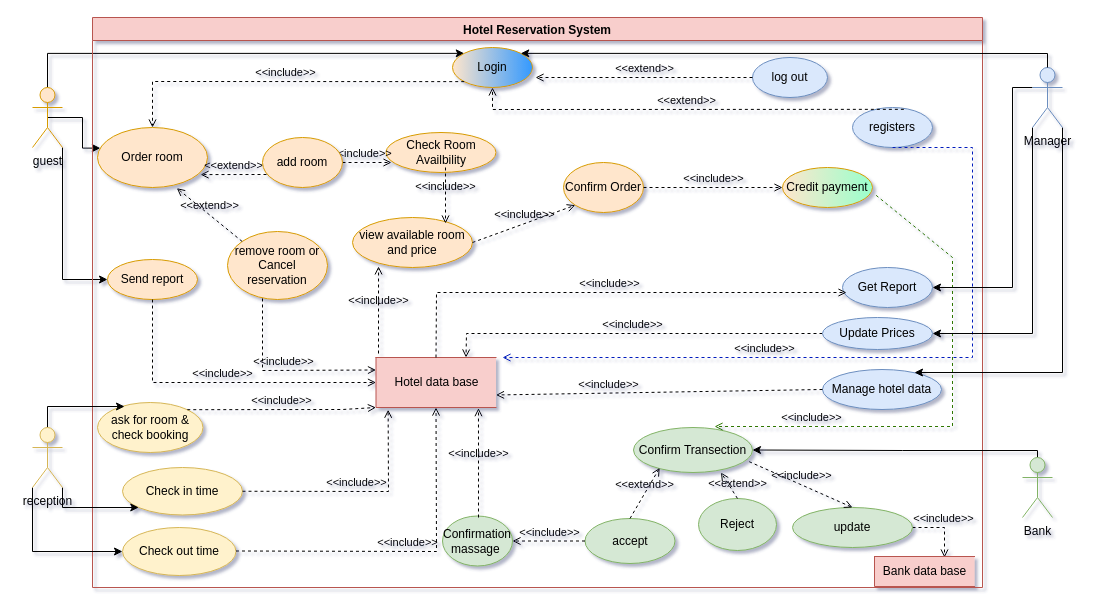
AhmedTarek-95/System-Desine keeps this draw.io diagram as use case Vol3.drawio. Above is the earlier version. Source tidied: cells renumbered, new cells numbered last; positions are measured from the earlier drawing's top-left corner, leaving out a move shared by most shapes. Both pictures are drawn from the tidied source at 100%, with x=0, y=0 at pixel (32, 17).
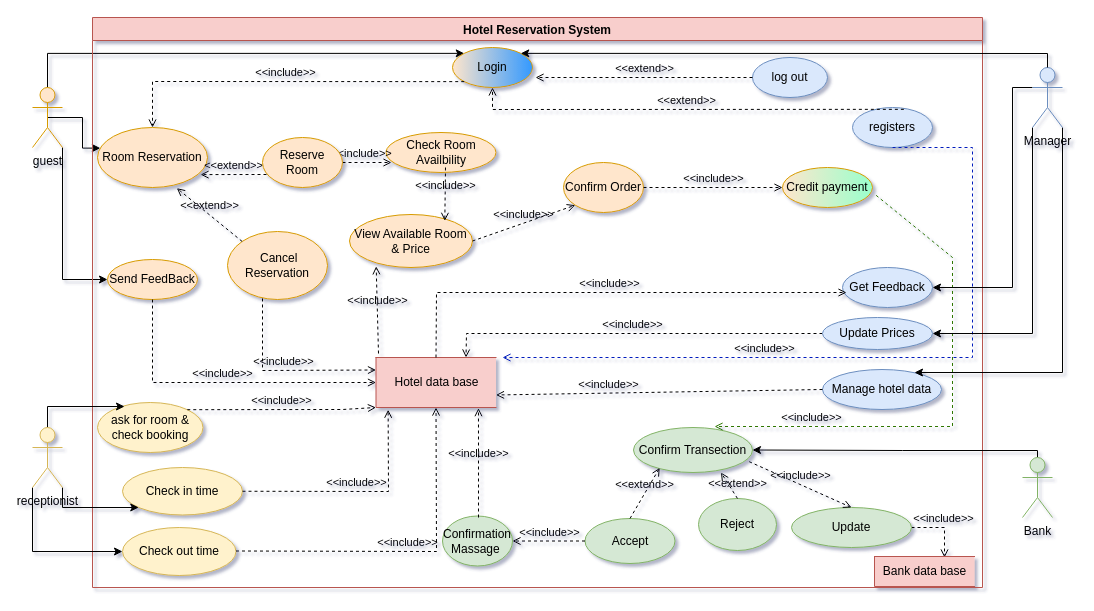
After the change.

Unchanged cells that the change refers to:
```xml
<mxCell id="6" value="Hotel Reservation System" style="swimlane;fillColor=#f8cecc;strokeColor=#b85450;" parent="1" vertex="1">
  <mxGeometry x="60" width="890" height="570" as="geometry" />
</mxCell>
```

The edit, as a diff of the source:
```diff
@@
-    <mxCell id="10" value="Order room" style="ellipse;whiteSpace=wrap;html=1;fillColor=#ffe6cc;strokeColor=#d79b00;" parent="6" vertex="1">
+    <mxCell id="10" value="Room Reservation" style="ellipse;whiteSpace=wrap;html=1;fillColor=#ffe6cc;strokeColor=#d79b00;" parent="6" vertex="1">
       <mxGeometry x="5" y="110" width="110" height="60" as="geometry" />
     </mxCell>
@@
-    <mxCell id="15" value="view available room and price" style="ellipse;whiteSpace=wrap;html=1;fillColor=#ffe6cc;strokeColor=#d79b00;" parent="6" vertex="1">
-      <mxGeometry x="260" y="200" width="120" height="50" as="geometry" />
+    <mxCell id="15" value="View Available Room &amp;amp; Price" style="ellipse;whiteSpace=wrap;html=1;fillColor=#ffe6cc;strokeColor=#d79b00;" parent="6" vertex="1">
+      <mxGeometry x="257" y="197" width="123" height="53" as="geometry" />
     </mxCell>
-    <mxCell id="16" value="accept" style="ellipse;whiteSpace=wrap;html=1;fillColor=#d5e8d4;strokeColor=#82b366;" parent="6" vertex="1">
+    <mxCell id="16" value="Accept" style="ellipse;whiteSpace=wrap;html=1;fillColor=#d5e8d4;strokeColor=#82b366;" parent="6" vertex="1">
       <mxGeometry x="492.5" y="501" width="90" height="45" as="geometry" />
     </mxCell>
@@
-    <mxCell id="21" value="update" style="ellipse;whiteSpace=wrap;html=1;fillColor=#d5e8d4;strokeColor=#82b366;" parent="6" vertex="1">
-      <mxGeometry x="700" y="490" width="120" height="40" as="geometry" />
+    <mxCell id="21" value="Update" style="ellipse;whiteSpace=wrap;html=1;fillColor=#d5e8d4;strokeColor=#82b366;" parent="6" vertex="1">
+      <mxGeometry x="699" y="490" width="120" height="40" as="geometry" />
     </mxCell>
@@
-    <mxCell id="25" value="Confirmation massage&amp;nbsp;" style="ellipse;whiteSpace=wrap;html=1;fillColor=#d5e8d4;strokeColor=#82b366;" parent="6" vertex="1">
+    <mxCell id="25" value="Confirmation Massage&amp;nbsp;" style="ellipse;whiteSpace=wrap;html=1;fillColor=#d5e8d4;strokeColor=#82b366;" parent="6" vertex="1">
       <mxGeometry x="350" y="498.5" width="70" height="50" as="geometry" />
     </mxCell>
@@
-    <mxCell id="29" value="remove room or Cancel reservation" style="ellipse;whiteSpace=wrap;html=1;fillColor=#ffe6cc;strokeColor=#d79b00;" parent="6" vertex="1">
+    <mxCell id="29" value="&amp;nbsp;Cancel Reservation" style="ellipse;whiteSpace=wrap;html=1;fillColor=#ffe6cc;strokeColor=#d79b00;" parent="6" vertex="1">
       <mxGeometry x="135" y="214" width="100" height="68" as="geometry" />
     </mxCell>
@@
-    <mxCell id="47" value="add room" style="ellipse;whiteSpace=wrap;html=1;fillColor=#ffe6cc;strokeColor=#d79b00;" parent="6" vertex="1">
+    <mxCell id="47" value="Reserve Room" style="ellipse;whiteSpace=wrap;html=1;fillColor=#ffe6cc;strokeColor=#d79b00;" parent="6" vertex="1">
       <mxGeometry x="170" y="120" width="80" height="50" as="geometry" />
     </mxCell>
@@
-    <mxCell id="49" value="Send report" style="ellipse;whiteSpace=wrap;html=1;fillColor=#ffe6cc;strokeColor=#d79b00;" parent="6" vertex="1">
+    <mxCell id="49" value="Send FeedBack" style="ellipse;whiteSpace=wrap;html=1;fillColor=#ffe6cc;strokeColor=#d79b00;" parent="6" vertex="1">
       <mxGeometry x="15" y="242" width="90" height="40" as="geometry" />
     </mxCell>
@@
-    <mxCell id="51" value="Get Report" style="ellipse;whiteSpace=wrap;html=1;fillColor=#dae8fc;strokeColor=#6c8ebf;" parent="6" vertex="1">
+    <mxCell id="51" value="Get Feedback" style="ellipse;whiteSpace=wrap;html=1;fillColor=#dae8fc;strokeColor=#6c8ebf;" parent="6" vertex="1">
       <mxGeometry x="750" y="250" width="90" height="40" as="geometry" />
     </mxCell>
@@
-    <mxCell id="60" value="reception" style="shape=umlActor;verticalLabelPosition=bottom;verticalAlign=top;html=1;outlineConnect=0;fillColor=#fff2cc;strokeColor=#d6b656;" parent="1" vertex="1">
+    <mxCell id="60" value="receptionist" style="shape=umlActor;verticalLabelPosition=bottom;verticalAlign=top;html=1;outlineConnect=0;fillColor=#fff2cc;strokeColor=#d6b656;" parent="1" vertex="1">
       <mxGeometry y="410" width="30" height="60" as="geometry" />
     </mxCell>
```
